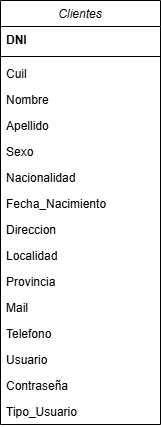
The draw.io diagram DER.png in BambuBlu/TPINT_GRUPO_11_LAB4, before a commit. Source tidied: cells renumbered, new cells last; positions are measured from the earlier drawing's top-left corner, leaving out a move shared by most shapes. Source of this version:
```xml
<mxGraphModel>
  <root>
    <mxCell id="0" />
    <mxCell id="1" parent="0" />
    <mxCell id="2" value="Clientes" style="swimlane;fontStyle=2;align=center;verticalAlign=top;horizontal=1;startSize=26;rounded=0;shadow=0;strokeWidth=1;" parent="1" vertex="1">
      <mxGeometry width="160" height="424" as="geometry" />
    </mxCell>
    <mxCell id="3" value="DNI" style="text;align=left;verticalAlign=top;spacingLeft=4;spacingRight=4;overflow=hidden;fontStyle=1;" parent="2" vertex="1">
      <mxGeometry y="26" width="160" height="26" as="geometry" />
    </mxCell>
    <mxCell id="4" style="line;html=1;strokeWidth=1;align=left;verticalAlign=middle;spacingTop=-1;spacingLeft=3;spacingRight=3;labelPosition=right;" parent="2" vertex="1">
      <mxGeometry y="52" width="160" height="8" as="geometry" />
    </mxCell>
    <mxCell id="5" value="Cuil" style="text;align=left;verticalAlign=top;spacingLeft=4;spacingRight=4;overflow=hidden;rounded=0;shadow=0;html=0;" parent="2" vertex="1">
      <mxGeometry y="60" width="160" height="26" as="geometry" />
    </mxCell>
    <mxCell id="6" value="Nombre&#10;" style="text;align=left;verticalAlign=top;spacingLeft=4;spacingRight=4;overflow=hidden;rounded=0;shadow=0;html=0;" parent="2" vertex="1">
      <mxGeometry y="86" width="160" height="26" as="geometry" />
    </mxCell>
    <mxCell id="7" value="Apellido" style="text;align=left;verticalAlign=top;spacingLeft=4;spacingRight=4;overflow=hidden;" parent="2" vertex="1">
      <mxGeometry y="112" width="160" height="26" as="geometry" />
    </mxCell>
    <mxCell id="8" value="Sexo" style="text;align=left;verticalAlign=top;spacingLeft=4;spacingRight=4;overflow=hidden;" parent="2" vertex="1">
      <mxGeometry y="138" width="160" height="26" as="geometry" />
    </mxCell>
    <mxCell id="9" value="Nacionalidad" style="text;align=left;verticalAlign=top;spacingLeft=4;spacingRight=4;overflow=hidden;" parent="2" vertex="1">
      <mxGeometry y="164" width="160" height="26" as="geometry" />
    </mxCell>
    <mxCell id="10" value="Fecha_Nacimiento" style="text;align=left;verticalAlign=top;spacingLeft=4;spacingRight=4;overflow=hidden;" parent="2" vertex="1">
      <mxGeometry y="190" width="160" height="26" as="geometry" />
    </mxCell>
    <mxCell id="11" value="Direccion" style="text;align=left;verticalAlign=top;spacingLeft=4;spacingRight=4;overflow=hidden;" parent="2" vertex="1">
      <mxGeometry y="216" width="160" height="26" as="geometry" />
    </mxCell>
    <mxCell id="12" value="Localidad" style="text;align=left;verticalAlign=top;spacingLeft=4;spacingRight=4;overflow=hidden;" parent="2" vertex="1">
      <mxGeometry y="242" width="160" height="26" as="geometry" />
    </mxCell>
    <mxCell id="13" value="Provincia" style="text;align=left;verticalAlign=top;spacingLeft=4;spacingRight=4;overflow=hidden;" parent="2" vertex="1">
      <mxGeometry y="268" width="160" height="26" as="geometry" />
    </mxCell>
    <mxCell id="14" value="Mail" style="text;align=left;verticalAlign=top;spacingLeft=4;spacingRight=4;overflow=hidden;" parent="2" vertex="1">
      <mxGeometry y="294" width="160" height="26" as="geometry" />
    </mxCell>
    <mxCell id="15" value="Telefono" style="text;align=left;verticalAlign=top;spacingLeft=4;spacingRight=4;overflow=hidden;" parent="2" vertex="1">
      <mxGeometry y="320" width="160" height="26" as="geometry" />
    </mxCell>
    <mxCell id="16" value="Usuario" style="text;align=left;verticalAlign=top;spacingLeft=4;spacingRight=4;overflow=hidden;" parent="2" vertex="1">
      <mxGeometry y="346" width="160" height="26" as="geometry" />
    </mxCell>
    <mxCell id="17" value="Contraseña" style="text;align=left;verticalAlign=top;spacingLeft=4;spacingRight=4;overflow=hidden;" parent="2" vertex="1">
      <mxGeometry y="372" width="160" height="26" as="geometry" />
    </mxCell>
    <mxCell id="18" value="Tipo_Usuario" style="text;align=left;verticalAlign=top;spacingLeft=4;spacingRight=4;overflow=hidden;" parent="2" vertex="1">
      <mxGeometry y="398" width="160" height="26" as="geometry" />
    </mxCell>
  </root>
</mxGraphModel>
```
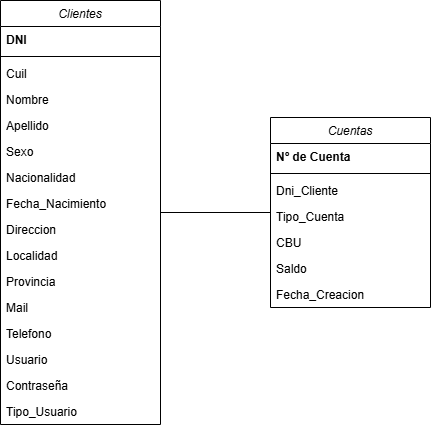
After the change.

Commit message:
Feat: Added new model classes Provincia, Cuenta, TipoCuenta

What changed in the source:
```diff
@@ -53,5 +53,32 @@
     <mxCell id="18" value="Tipo_Usuario" style="text;align=left;verticalAlign=top;spacingLeft=4;spacingRight=4;overflow=hidden;" parent="2" vertex="1">
       <mxGeometry y="398" width="160" height="26" as="geometry" />
     </mxCell>
+    <mxCell id="19" value="Cuentas" style="swimlane;fontStyle=2;align=center;verticalAlign=top;horizontal=1;startSize=26;rounded=0;shadow=0;strokeWidth=1;" parent="1" vertex="1">
+      <mxGeometry x="270" y="117" width="160" height="190" as="geometry" />
+    </mxCell>
+    <mxCell id="20" value="Nº de Cuenta" style="text;align=left;verticalAlign=top;spacingLeft=4;spacingRight=4;overflow=hidden;fontStyle=1;" parent="19" vertex="1">
+      <mxGeometry y="26" width="160" height="26" as="geometry" />
+    </mxCell>
+    <mxCell id="21" style="line;html=1;strokeWidth=1;align=left;verticalAlign=middle;spacingTop=-1;spacingLeft=3;spacingRight=3;labelPosition=right;" parent="19" vertex="1">
+      <mxGeometry y="52" width="160" height="8" as="geometry" />
+    </mxCell>
+    <mxCell id="22" value="Dni_Cliente" style="text;align=left;verticalAlign=top;spacingLeft=4;spacingRight=4;overflow=hidden;rounded=0;shadow=0;html=0;" parent="19" vertex="1">
+      <mxGeometry y="60" width="160" height="26" as="geometry" />
+    </mxCell>
+    <mxCell id="23" value="Tipo_Cuenta" style="text;align=left;verticalAlign=top;spacingLeft=4;spacingRight=4;overflow=hidden;rounded=0;shadow=0;html=0;" parent="19" vertex="1">
+      <mxGeometry y="86" width="160" height="26" as="geometry" />
+    </mxCell>
+    <mxCell id="24" value="CBU" style="text;align=left;verticalAlign=top;spacingLeft=4;spacingRight=4;overflow=hidden;" parent="19" vertex="1">
+      <mxGeometry y="112" width="160" height="26" as="geometry" />
+    </mxCell>
+    <mxCell id="25" value="Saldo" style="text;align=left;verticalAlign=top;spacingLeft=4;spacingRight=4;overflow=hidden;" parent="19" vertex="1">
+      <mxGeometry y="138" width="160" height="26" as="geometry" />
+    </mxCell>
+    <mxCell id="26" value="Fecha_Creacion" style="text;align=left;verticalAlign=top;spacingLeft=4;spacingRight=4;overflow=hidden;" parent="19" vertex="1">
+      <mxGeometry y="164" width="160" height="26" as="geometry" />
+    </mxCell>
+    <mxCell id="27" style="endArrow=none;html=1;rounded=0;" parent="1" edge="1" source="2" target="19">
+      <mxGeometry relative="1" as="geometry" />
+    </mxCell>
   </root>
 </mxGraphModel>
```
